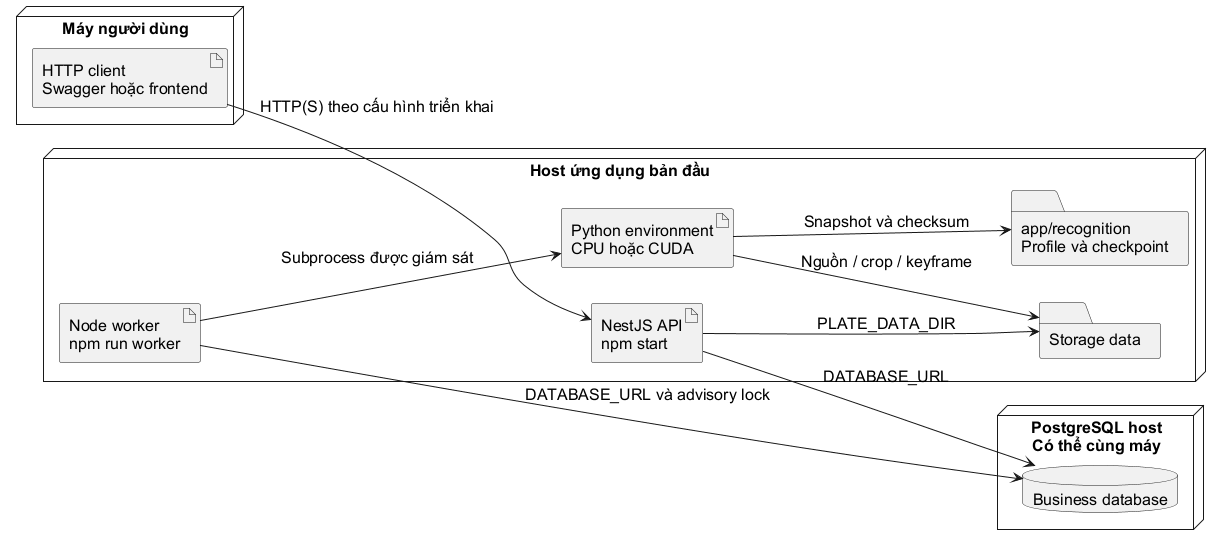
Earlier version of the PlantUML export docs/analysis/diagrams/16-deployment.png (Oszumeiii/Vehicle_Tracking_BE).
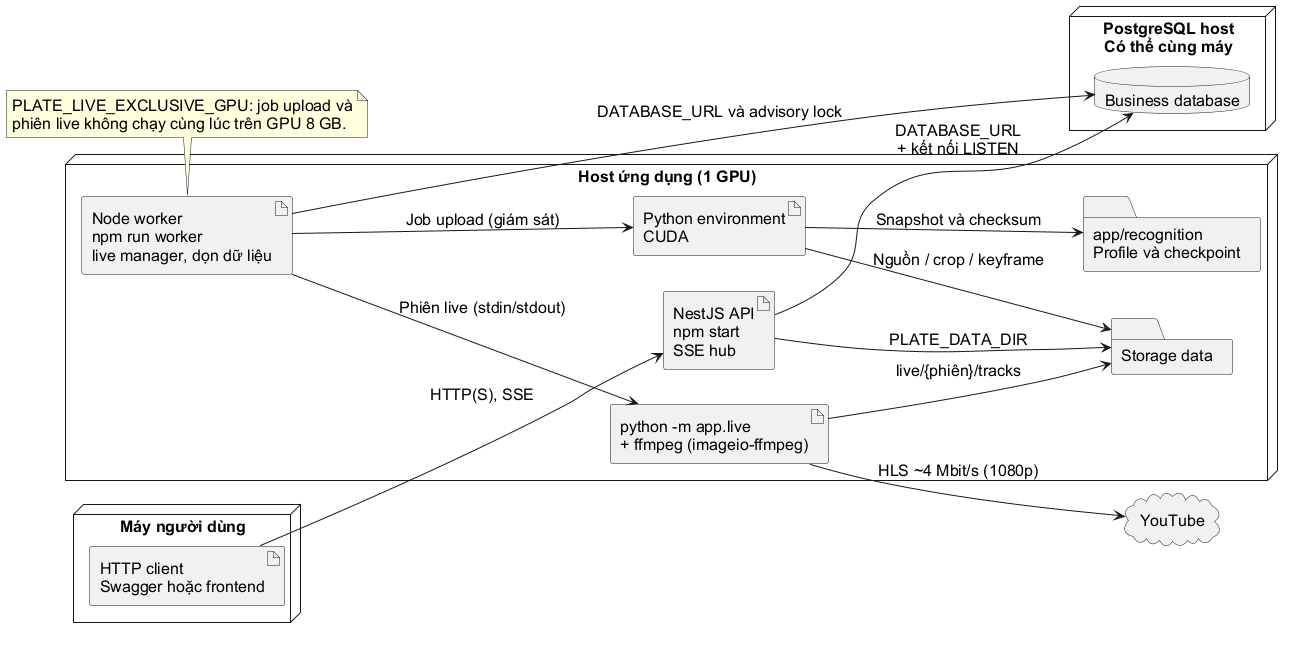
After the change.

Change to the diagram source:
```diff
@@ -7,21 +7,30 @@
 node "Máy người dùng" {
   artifact "HTTP client\nSwagger hoặc frontend" as client
 }
-node "Host ứng dụng bản đầu" {
-  artifact "NestJS API\nnpm start" as api
-  artifact "Node worker\nnpm run worker" as worker
-  artifact "Python environment\nCPU hoặc CUDA" as python
+node "Host ứng dụng (1 GPU)" {
+  artifact "NestJS API\nnpm start\nSSE hub" as api
+  artifact "Node worker\nnpm run worker\nlive manager, dọn dữ liệu" as worker
+  artifact "Python environment\nCUDA" as python
+  artifact "python -m app.live\n+ ffmpeg (imageio-ffmpeg)" as live
   folder "Storage data" as storage
   folder "app/recognition\nProfile và checkpoint" as model
 }
 node "PostgreSQL host\nCó thể cùng máy" {
   database "Business database" as db
 }
-client --> api : HTTP(S) theo cấu hình triển khai
-api --> db : DATABASE_URL
+cloud "YouTube" as youtube
+client --> api : HTTP(S), SSE
+api --> db : DATABASE_URL\n+ kết nối LISTEN
 worker --> db : DATABASE_URL và advisory lock
 api --> storage : PLATE_DATA_DIR
-worker --> python : Subprocess được giám sát
+worker --> python : Job upload (giám sát)
+worker --> live : Phiên live (stdin/stdout)
+live --> youtube : HLS ~4 Mbit/s (1080p)
 python --> storage : Nguồn / crop / keyframe
+live --> storage : live/{phiên}/tracks
 python --> model : Snapshot và checksum
+note bottom of worker
+  PLATE_LIVE_EXCLUSIVE_GPU: job upload và
+  phiên live không chạy cùng lúc trên GPU 8 GB.
+end note
 @enduml
```
